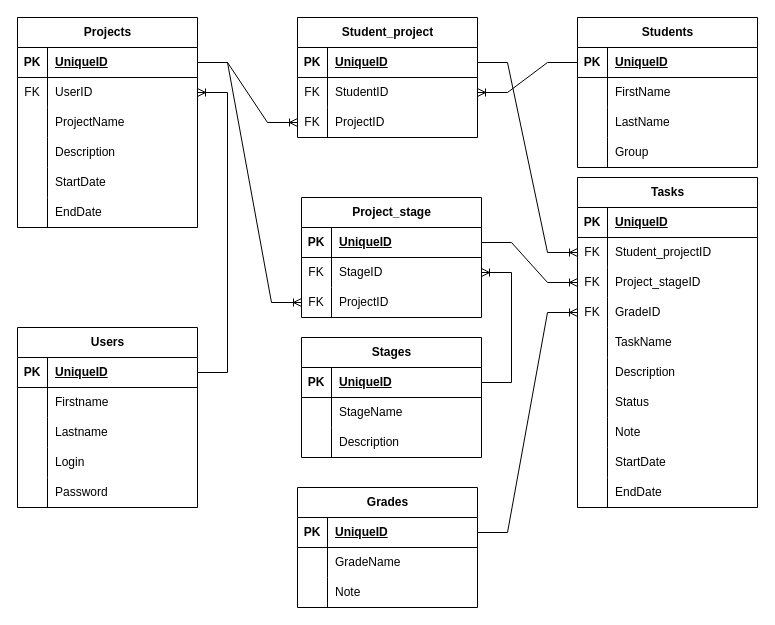
PaulMatthewss/Project_managemet_app keeps this draw.io diagram as DB_schema.drawio. Above is the earlier version. Source tidied: cells renumbered, new cells numbered last; positions are measured from the earlier drawing's top-left corner, leaving out a move shared by most shapes. Both pictures are drawn from the tidied source at 100%, with x=0, y=0 at pixel (17, 17).
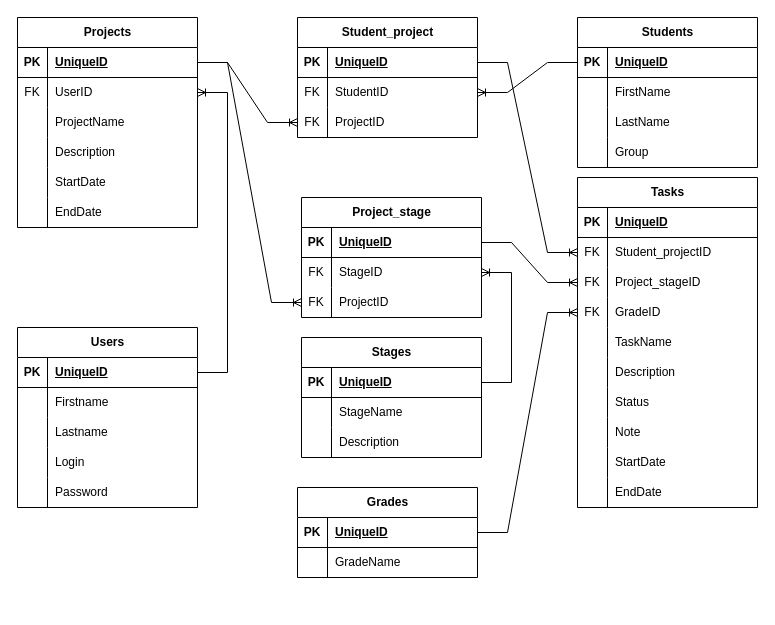
After the change.

What changed in the source:
```diff
@@
     <mxCell id="91" value="Grades" style="shape=table;startSize=30;childLayout=tableLayout;rowLines=0;fontStyle=1;align=center;html=1;" parent="1" vertex="1">
-      <mxGeometry x="280" y="470" width="180" height="120" as="geometry" />
+      <mxGeometry x="280" y="470" width="180" height="90" as="geometry" />
     </mxCell>
@@
-    <mxCell id="98" style="shape=tableRow;horizontal=0;startSize=0;swimlaneHead=0;swimlaneBody=0;fillColor=none;top=0;left=0;right=0;bottom=0;" parent="91" vertex="1">
-      <mxGeometry y="90" width="180" height="30" as="geometry" />
-    </mxCell>
-    <mxCell id="99" style="shape=partialRectangle;fillColor=none;top=0;left=0;bottom=0;right=0;overflow=hidden;whiteSpace=wrap;html=1;" parent="98" vertex="1">
-      <mxGeometry width="30" height="30" as="geometry" />
-    </mxCell>
-    <mxCell id="100" value="Note" style="shape=partialRectangle;fillColor=none;top=0;left=0;bottom=0;right=0;align=left;spacingLeft=6;overflow=hidden;whiteSpace=wrap;html=1;" parent="98" vertex="1">
-      <mxGeometry x="30" width="150" height="30" as="geometry" />
-    </mxCell>
```
